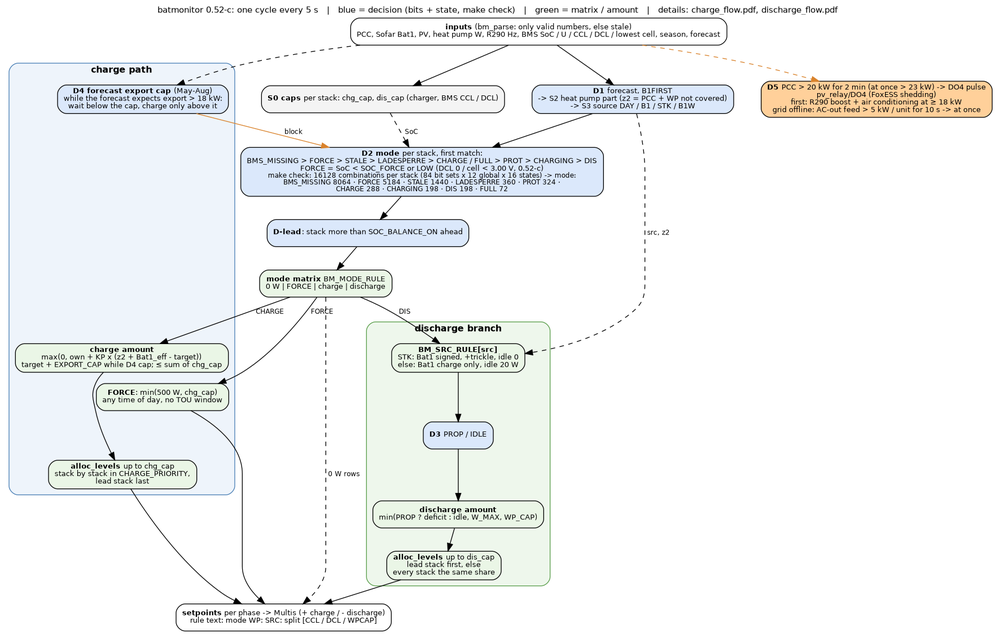
gerontec/victron keeps this Graphviz diagram as docs/control_flow.png. Above is the earlier version. Its source is kept beside it as docs/control_flow.dot.
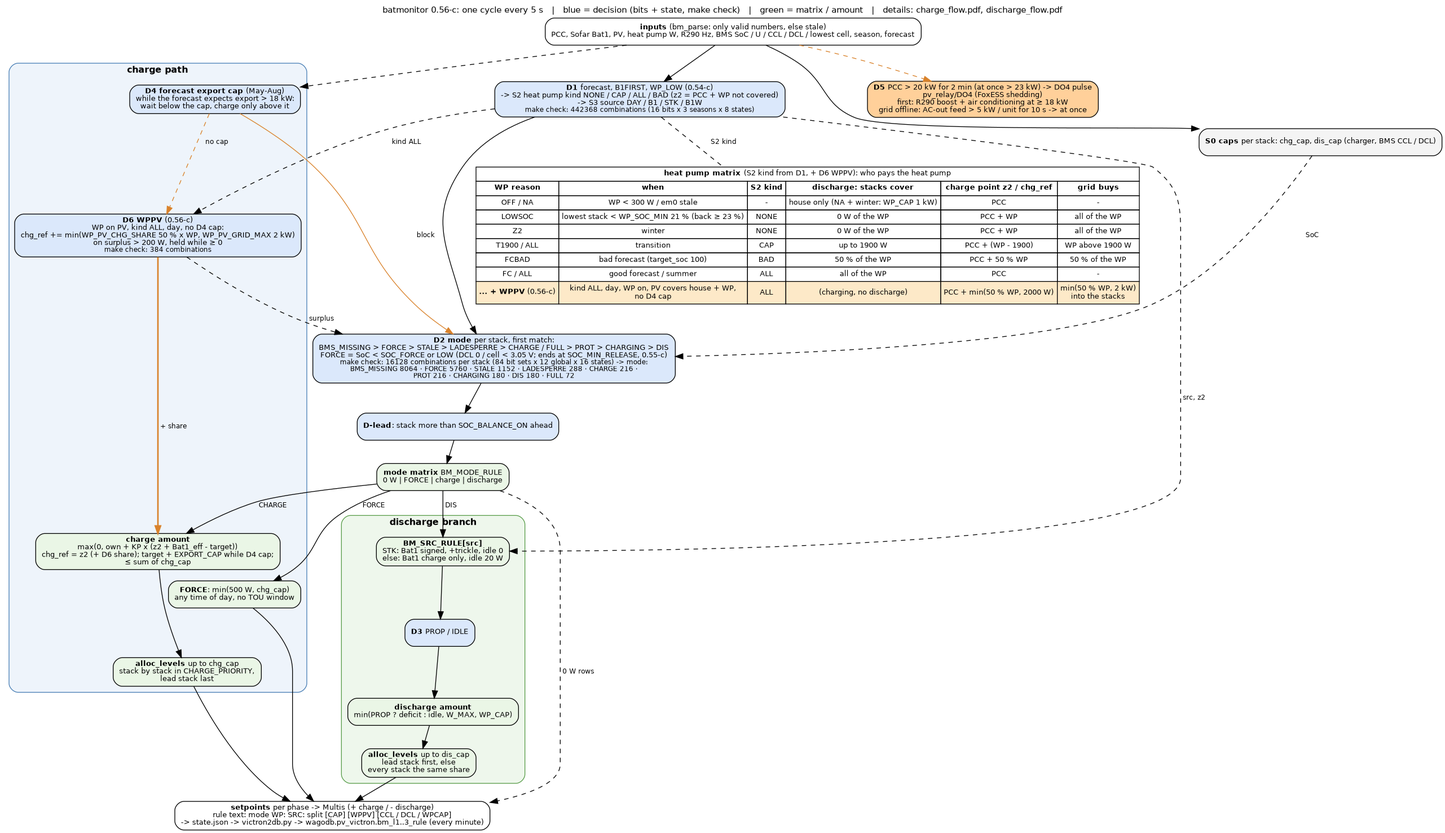
After the commit.

What changed in the source:
```diff
@@ -1,22 +1,35 @@
 digraph control {
 	graph [rankdir=TB, fontname="Helvetica", fontsize=11, nodesep=0.5, ranksep=0.4, newrank=true,
-		   label="batmonitor 0.52-c: one cycle every 5 s   |   blue = decision (bits + state, make check)   |   green = matrix / amount   |   details: charge_flow.pdf, discharge_flow.pdf",
+		   label="batmonitor 0.56-c: one cycle every 5 s   |   blue = decision (bits + state, make check)   |   green = matrix / amount   |   details: charge_flow.pdf, discharge_flow.pdf",
 		   labelloc=t];
 	node [shape=box, style="rounded,filled", fillcolor="#f4f4f4", fontname="Helvetica", fontsize=10];
 	edge [fontname="Helvetica", fontsize=9];
 
 	in [label=<<b>inputs</b> (bm_parse: only valid numbers, else stale)<br/>PCC, Sofar Bat1, PV, heat pump W, R290 Hz, BMS SoC / U / CCL / DCL / lowest cell, season, forecast>, fillcolor="#ffffff"];
-	d1 [label=<<b>D1</b> forecast, B1FIRST<br/>-&gt; S2 heat pump part (z2 = PCC + WP not covered)<br/>-&gt; S3 source DAY / B1 / STK / B1W>, fillcolor="#dbe8fb"];
+	d1 [label=<<b>D1</b> forecast, B1FIRST, WP_LOW (0.54-c)<br/>-&gt; S2 heat pump kind NONE / CAP / ALL / BAD (z2 = PCC + WP not covered)<br/>-&gt; S3 source DAY / B1 / STK / B1W<br/><font point-size="9">make check: 442368 combinations (16 bits x 3 seasons x 8 states)</font>>, fillcolor="#dbe8fb"];
+	wpm [shape=plain, label=<
+			<table border="0" cellborder="1" cellspacing="0" cellpadding="3" bgcolor="#ffffff">
+			<tr><td colspan="6"><b>heat pump matrix</b> (S2 kind from D1, + D6 WPPV): who pays the heat pump</td></tr>
+			<tr><td><b>WP reason</b></td><td><b>when</b></td><td><b>S2 kind</b></td><td><b>discharge: stacks cover</b></td><td><b>charge point z2 / chg_ref</b></td><td><b>grid buys</b></td></tr>
+			<tr><td>OFF / NA</td><td>WP &lt; 300 W / em0 stale</td><td>-</td><td>house only (NA + winter: WP_CAP 1 kW)</td><td>PCC</td><td>-</td></tr>
+			<tr><td>LOWSOC</td><td>lowest stack &lt; WP_SOC_MIN 21 % (back &ge; 23 %)</td><td>NONE</td><td>0 W of the WP</td><td>PCC + WP</td><td>all of the WP</td></tr>
+			<tr><td>Z2</td><td>winter</td><td>NONE</td><td>0 W of the WP</td><td>PCC + WP</td><td>all of the WP</td></tr>
+			<tr><td>T1900 / ALL</td><td>transition</td><td>CAP</td><td>up to 1900 W</td><td>PCC + (WP - 1900)</td><td>WP above 1900 W</td></tr>
+			<tr><td>FCBAD</td><td>bad forecast (target_soc 100)</td><td>BAD</td><td>50 % of the WP</td><td>PCC + 50 % WP</td><td>50 % of the WP</td></tr>
+			<tr><td>FC / ALL</td><td>good forecast / summer</td><td>ALL</td><td>all of the WP</td><td>PCC</td><td>-</td></tr>
+			<tr><td bgcolor="#fde9c8"><b>... + WPPV</b> (0.56-c)</td><td bgcolor="#fde9c8">kind ALL, day, WP on, PV covers house + WP,<br/>no D4 cap</td><td bgcolor="#fde9c8">ALL</td><td bgcolor="#fde9c8">(charging, no discharge)</td><td bgcolor="#fde9c8">PCC + min(50 % WP, 2000 W)</td><td bgcolor="#fde9c8">min(50 % WP, 2 kW)<br/>into the stacks</td></tr>
+			</table>>];
 	gates [label=<<b>S0 caps</b> per stack: chg_cap, dis_cap (charger, BMS CCL / DCL)>];
-	d2 [label=<<b>D2 mode</b> per stack, first match:<br/>BMS_MISSING &gt; FORCE &gt; STALE &gt; LADESPERRE &gt; CHARGE / FULL &gt; PROT &gt; CHARGING &gt; DIS<br/>FORCE = SoC &lt; SOC_FORCE or LOW (DCL 0 / cell &lt; 3.00 V, 0.52-c)<br/><font point-size="9">make check: 16128 combinations per stack (84 bit sets x 12 global x 16 states) -&gt; mode:<br/>BMS_MISSING 8064 · FORCE 5184 · STALE 1440 · LADESPERRE 360 · PROT 324 ·<br/>CHARGE 288 · CHARGING 198 · DIS 198 · FULL 72</font>>, fillcolor="#dbe8fb"];
+	d2 [label=<<b>D2 mode</b> per stack, first match:<br/>BMS_MISSING &gt; FORCE &gt; STALE &gt; LADESPERRE &gt; CHARGE / FULL &gt; PROT &gt; CHARGING &gt; DIS<br/>FORCE = SoC &lt; SOC_FORCE or LOW (DCL 0 / cell &lt; 3.05 V; ends at SOC_MIN_RELEASE, 0.55-c)<br/><font point-size="9">make check: 16128 combinations per stack (84 bit sets x 12 global x 16 states) -&gt; mode:<br/>BMS_MISSING 8064 · FORCE 5760 · STALE 1152 · LADESPERRE 288 · CHARGE 216 ·<br/>PROT 216 · CHARGING 180 · DIS 180 · FULL 72</font>>, fillcolor="#dbe8fb"];
 	lead [label=<<b>D-lead</b>: stack more than SOC_BALANCE_ON ahead>, fillcolor="#dbe8fb"];
 	mode [label=<<b>mode matrix</b> BM_MODE_RULE<br/>0 W | FORCE | charge | discharge>, fillcolor="#eaf6e6", shape=box];
 
 	subgraph cluster_charge {
 		label=<<b>charge path</b>>; style="rounded,filled"; fillcolor="#eef4fb"; color="#4a7fb5"; fontsize=12;
 		d4 [label=<<b>D4 forecast export cap</b> (May-Aug)<br/>while the forecast expects export &gt; 18 kW:<br/>wait below the cap, charge only above it>, fillcolor="#dbe8fb"];
+		d6 [label=<<b>D6 WPPV</b> (0.56-c)<br/>WP on PV, kind ALL, day, no D4 cap:<br/>chg_ref += min(WP_PV_CHG_SHARE 50 % x WP, WP_PV_GRID_MAX 2 kW)<br/>on surplus &gt; 200 W, held while &ge; 0<br/><font point-size="9">make check: 384 combinations</font>>, fillcolor="#dbe8fb"];
 		cforce [label=<<b>FORCE</b>: min(500 W, chg_cap)<br/>any time of day, no TOU window>, fillcolor="#eaf6e6"];
-		camount [label=<<b>charge amount</b><br/>max(0, own + KP x (z2 + Bat1_eff - target))<br/>target + EXPORT_CAP while D4 cap; &le; sum of chg_cap>, fillcolor="#eaf6e6"];
+		camount [label=<<b>charge amount</b><br/>max(0, own + KP x (z2 + Bat1_eff - target))<br/>chg_ref = z2 (+ D6 share); target + EXPORT_CAP while D4 cap;<br/>&le; sum of chg_cap>, fillcolor="#eaf6e6"];
 		csplit [label=<<b>alloc_levels</b> up to chg_cap<br/>stack by stack in CHARGE_PRIORITY,<br/>lead stack last>, fillcolor="#eaf6e6"];
 		camount -> csplit;
 	}
@@ -31,9 +44,14 @@
 	}
 
 	d5 [label=<<b>D5</b> PCC &gt; 20 kW for 2 min (at once &gt; 23 kW) -&gt; DO4 pulse<br/>pv_relay/DO4 (FoxESS shedding)<br/>first: R290 boost + air conditioning at &ge; 18 kW<br/>grid offline: AC-out feed &gt; 5 kW / unit for 10 s -&gt; at once>, fillcolor="#ffd09a"];
-	out [label=<<b>setpoints</b> per phase -&gt; Multis (+ charge / - discharge)<br/>rule text: mode WP: SRC: split [CCL / DCL / WPCAP]>, fillcolor="#ffffff"];
+	out [label=<<b>setpoints</b> per phase -&gt; Multis (+ charge / - discharge)<br/>rule text: mode WP: SRC: split [CAP] [WPPV] [CCL / DCL / WPCAP]<br/>-&gt; state.json -&gt; victron2db.py -&gt; wagodb.pv_victron.bm_l1..3_rule (every minute)>, fillcolor="#ffffff"];
 
 	in -> d1 -> d2;
+	d1 -> wpm [style=dashed, arrowhead=none, label=" S2 kind"];
+	d1 -> d6 [style=dashed, label=" kind ALL"];
+	d4 -> d6 [style=dashed, color="#d9822b", label=" no cap"];
+	d6 -> camount [color="#d9822b", penwidth=2, label=" + share"];
+	d6 -> d2 [style=dashed, label=" surplus"];
 	in -> gates;
 	gates -> d2 [style=dashed, label=" SoC"];
 	d2 -> lead -> mode;
```
